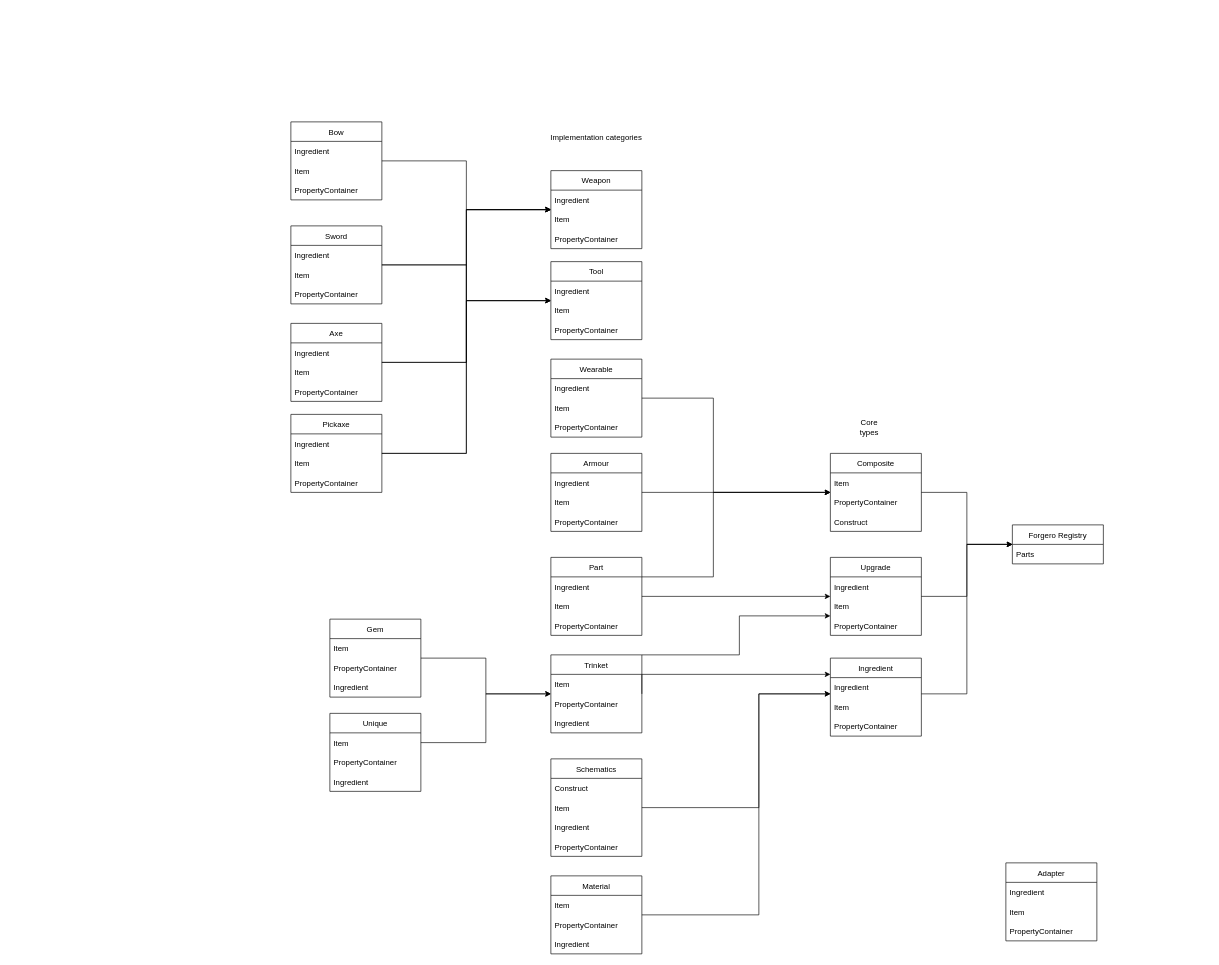
Above: assets/Untitled Diagram.drawio in SigmundGranaas/forgero (draw.io), before the change. Source tidied: cells renumbered, new cells numbered last; positions are measured from the earlier drawing's top-left corner, leaving out a move shared by most shapes. Both pictures are drawn from the tidied source at 65%, with x=0, y=0 at pixel (291, 122).
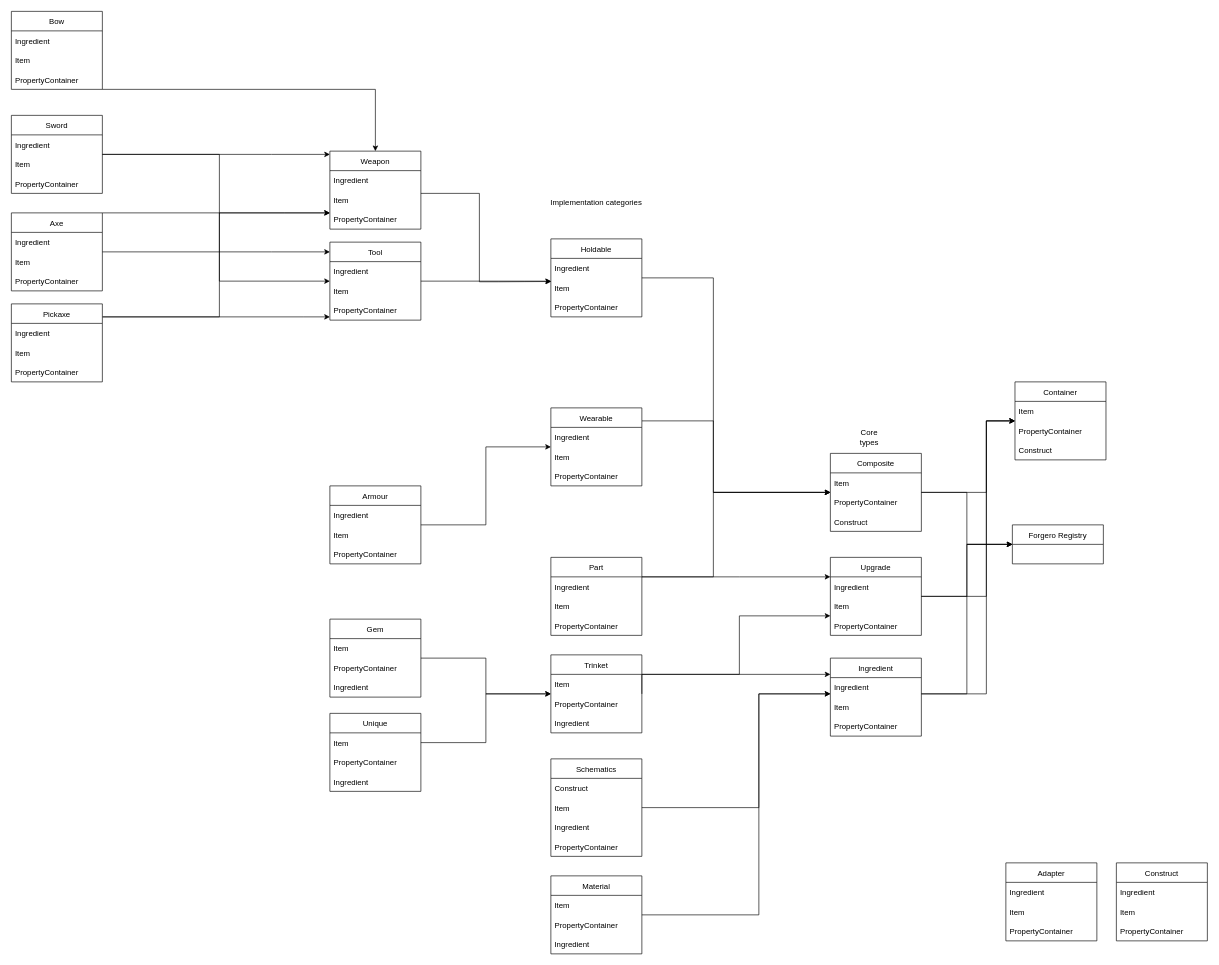
The same page after the edit.

Commit message:
Update Core Diagram

Unchanged cells that the change refers to:
```xml
<mxCell id="2" value="Forgero Registry" style="swimlane;fontStyle=0;horizontal=1;startSize=30;" parent="1" vertex="1">
  <mxGeometry x="1110" y="620" width="140" height="60" as="geometry" />
</mxCell>
<mxCell id="12" value="Part" style="swimlane;fontStyle=0;horizontal=1;startSize=30;" parent="1" vertex="1">
  <mxGeometry x="400" y="670" width="140" height="120" as="geometry" />
</mxCell>
<mxCell id="17" value="Composite" style="swimlane;fontStyle=0;horizontal=1;startSize=30;" parent="1" vertex="1">
  <mxGeometry x="830" y="510" width="140" height="120" as="geometry" />
</mxCell>
<mxCell id="27" value="Upgrade" style="swimlane;fontStyle=0;horizontal=1;startSize=30;" parent="1" vertex="1">
  <mxGeometry x="830" y="670" width="140" height="120" as="geometry" />
</mxCell>
<mxCell id="32" value="Ingredient" style="swimlane;fontStyle=0;horizontal=1;startSize=30;" parent="1" vertex="1">
  <mxGeometry x="830" y="825" width="140" height="120" as="geometry" />
</mxCell>
<mxCell id="37" value="Trinket" style="swimlane;fontStyle=0;horizontal=1;startSize=30;" parent="1" vertex="1">
  <mxGeometry x="400" y="820" width="140" height="120" as="geometry" />
</mxCell>
```

The edit, as a diff of the source:
```diff
@@
-    <mxCell id="3" value="Parts" style="text;strokeColor=none;fillColor=none;align=left;verticalAlign=middle;spacingLeft=4;spacingRight=4;overflow=hidden;" parent="2" vertex="1">
+    <mxCell id="3" value=" " style="text;strokeColor=none;fillColor=none;align=left;verticalAlign=middle;spacingLeft=4;spacingRight=4;overflow=hidden;" parent="2" vertex="1">
       <mxGeometry y="30" width="140" height="30" as="geometry" />
     </mxCell>
@@
     <mxCell id="11" style="edgeStyle=orthogonalEdgeStyle;rounded=0;jettySize=auto;html=1;" parent="1" edge="1" source="12" target="27">
-      <mxGeometry relative="1" as="geometry" />
+      <mxGeometry relative="1" as="geometry">
+        <Array as="points">
+          <mxPoint x="690" y="700" />
+          <mxPoint x="690" y="700" />
+        </Array>
+      </mxGeometry>
     </mxCell>
@@
+    <mxCell id="99" style="edgeStyle=orthogonalEdgeStyle;rounded=0;jettySize=auto;html=1;" parent="1" edge="1" source="17" target="104">
+      <mxGeometry relative="1" as="geometry">
+        <Array as="points">
+          <mxPoint x="1070" y="570" />
+          <mxPoint x="1070" y="460" />
+        </Array>
+      </mxGeometry>
+    </mxCell>
@@
+    <mxCell id="100" style="edgeStyle=orthogonalEdgeStyle;rounded=0;jettySize=auto;html=1;" parent="1" edge="1" source="27" target="104">
+      <mxGeometry relative="1" as="geometry">
+        <Array as="points">
+          <mxPoint x="1070" y="730" />
+          <mxPoint x="1070" y="460" />
+        </Array>
+      </mxGeometry>
+    </mxCell>
@@
+    <mxCell id="101" style="edgeStyle=orthogonalEdgeStyle;rounded=0;jettySize=auto;html=1;" parent="1" edge="1" source="32" target="104">
+      <mxGeometry relative="1" as="geometry">
+        <Array as="points">
+          <mxPoint x="1070" y="880" />
+          <mxPoint x="1070" y="460" />
+        </Array>
+      </mxGeometry>
+    </mxCell>
@@
     <mxCell id="36" style="edgeStyle=orthogonalEdgeStyle;rounded=0;jettySize=auto;html=1;" parent="1" edge="1" source="37" target="27">
       <mxGeometry relative="1" as="geometry">
         <Array as="points">
-          <mxPoint x="690" y="820" />
+          <mxPoint x="690" y="850" />
           <mxPoint x="690" y="760" />
         </Array>
       </mxGeometry>
     </mxCell>
@@
+    <mxCell id="102" style="edgeStyle=orthogonalEdgeStyle;rounded=0;jettySize=auto;html=1;entryX=0.005;entryY=0.186;entryDx=0;entryDy=0;entryPerimeter=0;" parent="1" edge="1" source="46" target="115">
+      <mxGeometry relative="1" as="geometry">
+        <Array as="points">
+          <mxPoint x="290" y="110" />
+          <mxPoint x="290" y="246" />
+          <mxPoint x="320" y="246" />
+        </Array>
+      </mxGeometry>
+    </mxCell>
     <mxCell id="46" value="Weapon" style="swimlane;fontStyle=0;horizontal=1;startSize=30;" parent="1" vertex="1">
-      <mxGeometry x="400" y="75" width="140" height="120" as="geometry" />
+      <mxGeometry x="60" y="45" width="140" height="120" as="geometry" />
     </mxCell>
@@
+    <mxCell id="103" style="edgeStyle=orthogonalEdgeStyle;rounded=0;jettySize=auto;html=1;" parent="1" edge="1" source="50" target="113">
+      <mxGeometry relative="1" as="geometry">
+        <Array as="points">
+          <mxPoint x="360" y="245" />
+          <mxPoint x="360" y="245" />
+        </Array>
+      </mxGeometry>
+    </mxCell>
     <mxCell id="50" value="Tool" style="swimlane;fontStyle=0;horizontal=1;startSize=30;" parent="1" vertex="1">
-      <mxGeometry x="400" y="215" width="140" height="120" as="geometry" />
+      <mxGeometry x="60" y="185" width="140" height="120" as="geometry" />
     </mxCell>
@@
     <mxCell id="54" style="edgeStyle=orthogonalEdgeStyle;rounded=0;jettySize=auto;html=1;" parent="1" edge="1" source="55" target="17">
       <mxGeometry relative="1" as="geometry">
         <Array as="points">
-          <mxPoint x="650" y="425" />
+          <mxPoint x="650" y="460" />
           <mxPoint x="650" y="570" />
         </Array>
       </mxGeometry>
     </mxCell>
     <mxCell id="55" value="Wearable" style="swimlane;fontStyle=0;horizontal=1;startSize=30;" parent="1" vertex="1">
-      <mxGeometry x="400" y="365" width="140" height="120" as="geometry" />
+      <mxGeometry x="400" y="440" width="140" height="120" as="geometry" />
     </mxCell>
@@
-    <mxCell id="59" style="edgeStyle=orthogonalEdgeStyle;rounded=0;jettySize=auto;html=1;" parent="1" edge="1" source="60" target="17">
+    <mxCell id="59" style="edgeStyle=orthogonalEdgeStyle;rounded=0;jettySize=auto;html=1;" parent="1" edge="1" source="60" target="55">
       <mxGeometry relative="1" as="geometry" />
     </mxCell>
     <mxCell id="60" value="Armour" style="swimlane;fontStyle=0;horizontal=1;startSize=30;" parent="1" vertex="1">
-      <mxGeometry x="400" y="510" width="140" height="120" as="geometry" />
+      <mxGeometry x="60" y="560" width="140" height="120" as="geometry" />
     </mxCell>
@@
     <mxCell id="64" value="Core types" style="text;html=1;strokeColor=none;fillColor=none;align=center;verticalAlign=middle;whiteSpace=wrap;rounded=0;" parent="1" vertex="1">
-      <mxGeometry x="860" y="455" width="60" height="30" as="geometry" />
+      <mxGeometry x="860" y="470" width="60" height="30" as="geometry" />
     </mxCell>
@@
     <mxCell id="75" style="edgeStyle=orthogonalEdgeStyle;rounded=0;jettySize=auto;html=1;" parent="1" edge="1" source="76" target="46">
-      <mxGeometry relative="1" as="geometry" />
+      <mxGeometry relative="1" as="geometry">
+        <Array as="points">
+          <mxPoint x="130" y="-50" />
+        </Array>
+      </mxGeometry>
     </mxCell>
     <mxCell id="76" value="Bow" style="swimlane;fontStyle=0;horizontal=1;startSize=30;" parent="1" vertex="1">
-      <mxGeometry width="140" height="120" as="geometry" />
+      <mxGeometry x="-430" y="-170" width="140" height="120" as="geometry" />
     </mxCell>
@@
     <mxCell id="80" style="edgeStyle=orthogonalEdgeStyle;rounded=0;jettySize=auto;html=1;" parent="1" edge="1" source="82" target="46">
-      <mxGeometry relative="1" as="geometry" />
+      <mxGeometry relative="1" as="geometry">
+        <Array as="points">
+          <mxPoint x="-30" y="50" />
+          <mxPoint x="-30" y="50" />
+        </Array>
+      </mxGeometry>
     </mxCell>
     <mxCell id="81" style="edgeStyle=orthogonalEdgeStyle;rounded=0;jettySize=auto;html=1;" parent="1" edge="1" source="82" target="50">
-      <mxGeometry relative="1" as="geometry" />
+      <mxGeometry relative="1" as="geometry">
+        <Array as="points">
+          <mxPoint x="-110" y="50" />
+          <mxPoint x="-110" y="245" />
+        </Array>
+      </mxGeometry>
     </mxCell>
     <mxCell id="82" value="Sword" style="swimlane;fontStyle=0;horizontal=1;startSize=30;" parent="1" vertex="1">
-      <mxGeometry y="160" width="140" height="120" as="geometry" />
+      <mxGeometry x="-430" y="-10" width="140" height="120" as="geometry" />
     </mxCell>
@@
     <mxCell id="86" style="edgeStyle=orthogonalEdgeStyle;rounded=0;jettySize=auto;html=1;" parent="1" edge="1" source="88" target="46">
       <mxGeometry relative="1" as="geometry">
         <Array as="points">
-          <mxPoint x="270" y="370" />
-          <mxPoint x="270" y="135" />
+          <mxPoint x="-10" y="140" />
+          <mxPoint x="-10" y="140" />
         </Array>
       </mxGeometry>
     </mxCell>
     <mxCell id="87" style="edgeStyle=orthogonalEdgeStyle;rounded=0;jettySize=auto;html=1;" parent="1" edge="1" source="88" target="50">
-      <mxGeometry relative="1" as="geometry" />
+      <mxGeometry relative="1" as="geometry">
+        <Array as="points">
+          <mxPoint x="-30" y="200" />
+          <mxPoint x="-30" y="200" />
+        </Array>
+      </mxGeometry>
     </mxCell>
     <mxCell id="88" value="Axe" style="swimlane;fontStyle=0;horizontal=1;startSize=30;" parent="1" vertex="1">
-      <mxGeometry y="310" width="140" height="120" as="geometry" />
+      <mxGeometry x="-430" y="140" width="140" height="120" as="geometry" />
     </mxCell>
@@
     <mxCell id="92" style="edgeStyle=orthogonalEdgeStyle;rounded=0;jettySize=auto;html=1;" parent="1" edge="1" source="94" target="46">
       <mxGeometry relative="1" as="geometry">
         <Array as="points">
-          <mxPoint x="270" y="510" />
-          <mxPoint x="270" y="135" />
+          <mxPoint x="-110" y="300" />
+          <mxPoint x="-110" y="140" />
         </Array>
       </mxGeometry>
     </mxCell>
     <mxCell id="93" style="edgeStyle=orthogonalEdgeStyle;rounded=0;jettySize=auto;html=1;" parent="1" edge="1" source="94" target="50">
       <mxGeometry relative="1" as="geometry">
         <Array as="points">
-          <mxPoint x="270" y="510" />
-          <mxPoint x="270" y="275" />
+          <mxPoint x="20" y="300" />
+          <mxPoint x="20" y="300" />
         </Array>
       </mxGeometry>
     </mxCell>
     <mxCell id="94" value="Pickaxe" style="swimlane;fontStyle=0;horizontal=1;startSize=30;" parent="1" vertex="1">
-      <mxGeometry y="450" width="140" height="120" as="geometry" />
+      <mxGeometry x="-430" y="280" width="140" height="120" as="geometry" />
     </mxCell>
@@
     <mxCell id="98" value="Implementation categories" style="text;html=1;strokeColor=none;fillColor=none;align=center;verticalAlign=middle;whiteSpace=wrap;rounded=0;" parent="1" vertex="1">
-      <mxGeometry x="390" y="10" width="160" height="30" as="geometry" />
+      <mxGeometry x="390" y="110" width="160" height="30" as="geometry" />
     </mxCell>
+    <mxCell id="104" value="Container" style="swimlane;fontStyle=0;horizontal=1;startSize=30;" parent="1" vertex="1">
+      <mxGeometry x="1114" y="400" width="140" height="120" as="geometry" />
+    </mxCell>
+    <mxCell id="105" value="Item" style="text;strokeColor=none;fillColor=none;align=left;verticalAlign=middle;spacingLeft=4;spacingRight=4;overflow=hidden;" parent="104" vertex="1">
+      <mxGeometry y="30" width="140" height="30" as="geometry" />
+    </mxCell>
+    <mxCell id="106" value="PropertyContainer" style="text;strokeColor=none;fillColor=none;align=left;verticalAlign=middle;spacingLeft=4;spacingRight=4;overflow=hidden;" parent="104" vertex="1">
+      <mxGeometry y="60" width="140" height="30" as="geometry" />
+    </mxCell>
+    <mxCell id="107" value="Construct" style="text;strokeColor=none;fillColor=none;align=left;verticalAlign=middle;spacingLeft=4;spacingRight=4;overflow=hidden;" parent="104" vertex="1">
+      <mxGeometry y="90" width="140" height="30" as="geometry" />
+    </mxCell>
+    <mxCell id="108" value="Construct" style="swimlane;fontStyle=0;horizontal=1;startSize=30;" parent="1" vertex="1">
+      <mxGeometry x="1270" y="1140" width="140" height="120" as="geometry" />
+    </mxCell>
+    <mxCell id="109" value="Ingredient" style="text;strokeColor=none;fillColor=none;align=left;verticalAlign=middle;spacingLeft=4;spacingRight=4;overflow=hidden;" parent="108" vertex="1">
+      <mxGeometry y="30" width="140" height="30" as="geometry" />
+    </mxCell>
+    <mxCell id="110" value="Item" style="text;strokeColor=none;fillColor=none;align=left;verticalAlign=middle;spacingLeft=4;spacingRight=4;overflow=hidden;" parent="108" vertex="1">
+      <mxGeometry y="60" width="140" height="30" as="geometry" />
+    </mxCell>
+    <mxCell id="111" value="PropertyContainer" style="text;strokeColor=none;fillColor=none;align=left;verticalAlign=middle;spacingLeft=4;spacingRight=4;overflow=hidden;" parent="108" vertex="1">
+      <mxGeometry y="90" width="140" height="30" as="geometry" />
+    </mxCell>
+    <mxCell id="112" style="edgeStyle=orthogonalEdgeStyle;rounded=0;jettySize=auto;html=1;" parent="1" edge="1" source="113" target="17">
+      <mxGeometry relative="1" as="geometry">
+        <Array as="points">
+          <mxPoint x="650" y="240" />
+          <mxPoint x="650" y="570" />
+        </Array>
+      </mxGeometry>
+    </mxCell>
+    <mxCell id="113" value="Holdable" style="swimlane;fontStyle=0;horizontal=1;startSize=30;" parent="1" vertex="1">
+      <mxGeometry x="400" y="180" width="140" height="120" as="geometry" />
+    </mxCell>
+    <mxCell id="114" value="Ingredient" style="text;strokeColor=none;fillColor=none;align=left;verticalAlign=middle;spacingLeft=4;spacingRight=4;overflow=hidden;" parent="113" vertex="1">
+      <mxGeometry y="30" width="140" height="30" as="geometry" />
+    </mxCell>
+    <mxCell id="115" value="Item" style="text;strokeColor=none;fillColor=none;align=left;verticalAlign=middle;spacingLeft=4;spacingRight=4;overflow=hidden;points=[[0,0.5],[1,0.5]];portConstraint=eastwest;" parent="113" vertex="1">
+      <mxGeometry y="60" width="140" height="30" as="geometry" />
+    </mxCell>
+    <mxCell id="116" value="PropertyContainer" style="text;strokeColor=none;fillColor=none;align=left;verticalAlign=middle;spacingLeft=4;spacingRight=4;overflow=hidden;" parent="113" vertex="1">
+      <mxGeometry y="90" width="140" height="30" as="geometry" />
+    </mxCell>
```
